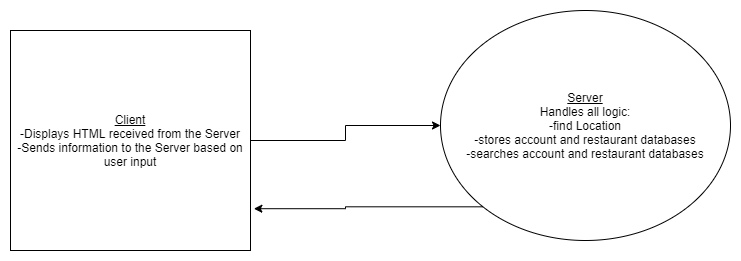
The draw.io diagram Documentation/ClientServerDiagram.png in jxs5476/Penn-State-Food-Locator, before a commit. Source tidied: cells renumbered, new cells last; positions are measured from the earlier drawing's top-left corner, leaving out a move shared by most shapes. The source it was exported from:
```xml
<mxGraphModel>
  <root>
    <mxCell id="0" />
    <mxCell id="1" parent="0" />
    <mxCell id="2" style="edgeStyle=orthogonalEdgeStyle;rounded=0;jettySize=auto;html=1;exitX=1;exitY=0.5;exitDx=0;exitDy=0;entryX=0;entryY=0.5;entryDx=0;entryDy=0;" parent="1" edge="1" source="3" target="5">
      <mxGeometry relative="1" as="geometry" />
    </mxCell>
    <mxCell id="3" value="&lt;u&gt;Client&lt;/u&gt;&lt;br&gt;-Displays HTML received from the Server&lt;br&gt;-Sends information to the Server based on user input" style="rounded=0;whiteSpace=wrap;html=1;" parent="1" vertex="1">
      <mxGeometry y="20" width="240" height="220" as="geometry" />
    </mxCell>
    <mxCell id="4" style="edgeStyle=orthogonalEdgeStyle;rounded=0;jettySize=auto;html=1;exitX=0;exitY=1;exitDx=0;exitDy=0;entryX=1.014;entryY=0.81;entryDx=0;entryDy=0;entryPerimeter=0;" parent="1" edge="1" source="5" target="3">
      <mxGeometry relative="1" as="geometry" />
    </mxCell>
    <mxCell id="5" value="&lt;u&gt;Server&lt;/u&gt;&lt;br&gt;Handles all logic:&lt;br&gt;-find Location&lt;br&gt;-stores account and restaurant databases&lt;br&gt;-searches account and restaurant databases" style="ellipse;whiteSpace=wrap;html=1;" parent="1" vertex="1">
      <mxGeometry x="430" width="290" height="230" as="geometry" />
    </mxCell>
  </root>
</mxGraphModel>
```
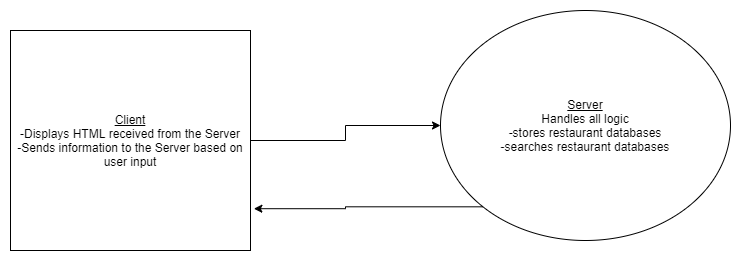
The same diagram one commit later.

Diff of the diagram source:
```diff
@@ -11,7 +11,7 @@
     <mxCell id="4" style="edgeStyle=orthogonalEdgeStyle;rounded=0;jettySize=auto;html=1;exitX=0;exitY=1;exitDx=0;exitDy=0;entryX=1.014;entryY=0.81;entryDx=0;entryDy=0;entryPerimeter=0;" parent="1" edge="1" source="5" target="3">
       <mxGeometry relative="1" as="geometry" />
     </mxCell>
-    <mxCell id="5" value="&lt;u&gt;Server&lt;/u&gt;&lt;br&gt;Handles all logic:&lt;br&gt;-find Location&lt;br&gt;-stores account and restaurant databases&lt;br&gt;-searches account and restaurant databases" style="ellipse;whiteSpace=wrap;html=1;" parent="1" vertex="1">
+    <mxCell id="5" value="&lt;u&gt;Server&lt;/u&gt;&lt;br&gt;Handles all logic&lt;br&gt;-stores restaurant databases&lt;br&gt;-searches restaurant databases" style="ellipse;whiteSpace=wrap;html=1;" parent="1" vertex="1">
       <mxGeometry x="430" width="290" height="230" as="geometry" />
     </mxCell>
   </root>
```
